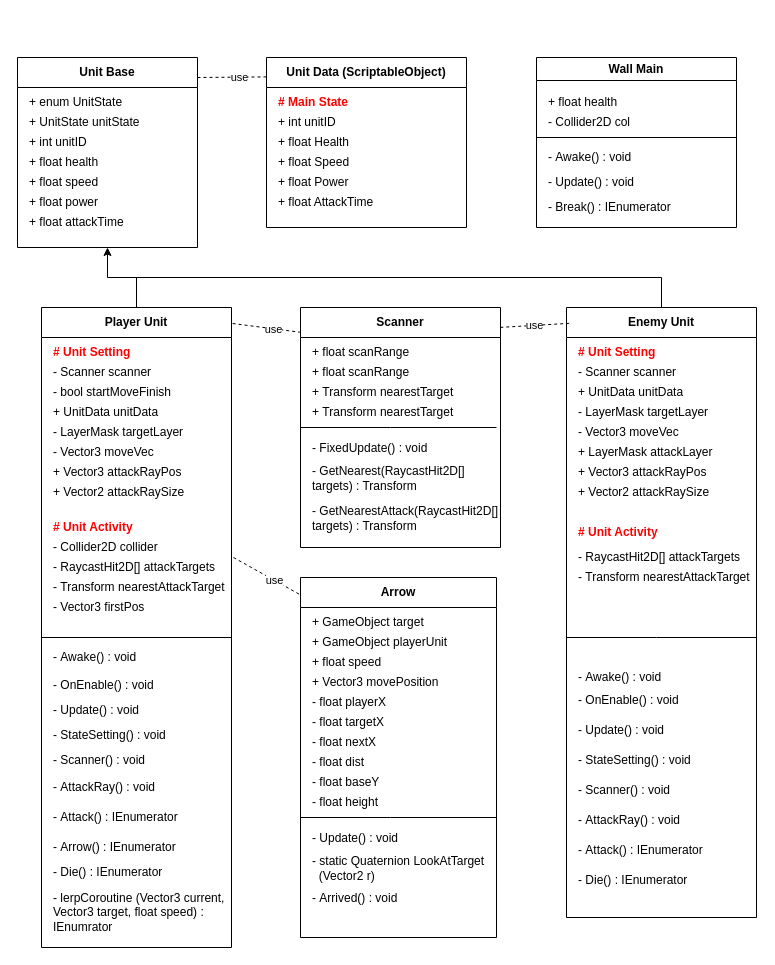
Above: page "Battle" (2 of 3) of Project_CSD.drawio in YJU-Capstone-Design/Capstone-Design (draw.io), before the change. Source tidied: cells renumbered, new cells numbered last; positions are measured from the earlier drawing's top-left corner, leaving out a move shared by most shapes. Both pictures are drawn from the tidied source at 100%, with x=0, y=0 at pixel (17, 57).
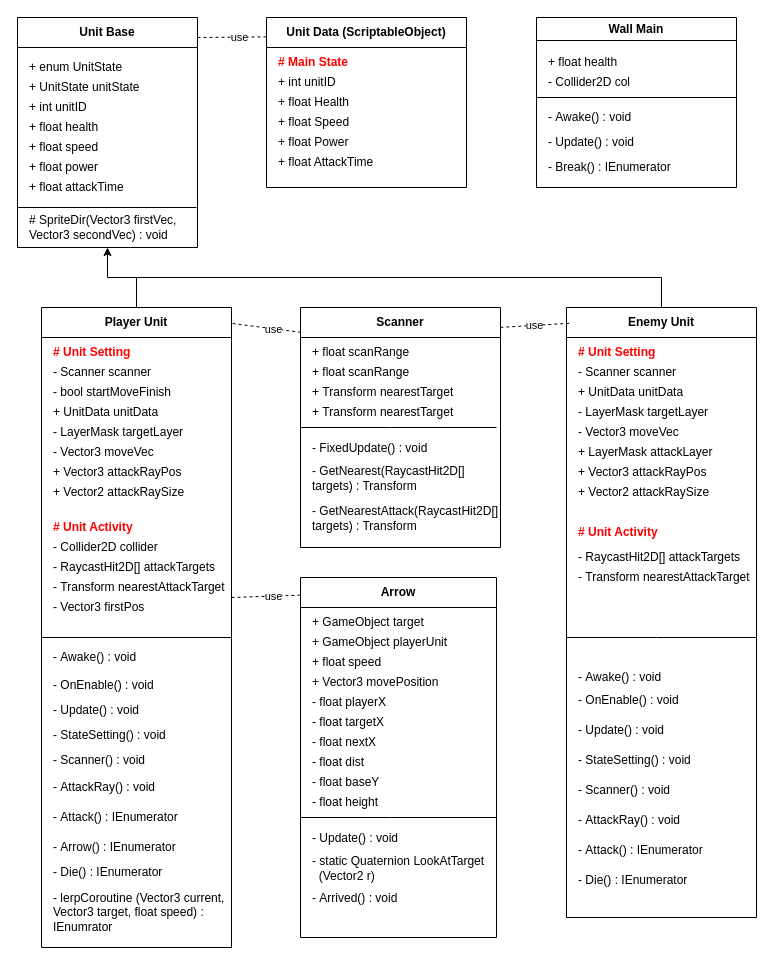
After the change.

The change refers to these unchanged cells:
```xml
<mxCell id="34" value="-&amp;nbsp;Transform nearestAttackTarget" style="text;html=1;align=left;verticalAlign=middle;whiteSpace=wrap;rounded=0;" parent="10" vertex="1">
  <mxGeometry x="10" y="270" width="180" height="20" as="geometry" />
</mxCell>
<mxCell id="85" value="Arrow" style="swimlane;whiteSpace=wrap;html=1;startSize=30;" parent="1" vertex="1">
  <mxGeometry x="283" y="520" width="196" height="360" as="geometry" />
</mxCell>
```

Change to the diagram source:
```diff
@@
     <mxCell id="2" value="Unit Base" style="swimlane;whiteSpace=wrap;html=1;startSize=30;" parent="1" vertex="1">
-      <mxGeometry width="180" height="190" as="geometry" />
+      <mxGeometry y="-40" width="180" height="230" as="geometry" />
     </mxCell>
     <mxCell id="3" value="+ enum UnitState" style="text;html=1;align=left;verticalAlign=middle;whiteSpace=wrap;rounded=0;" parent="2" vertex="1">
-      <mxGeometry x="10" y="30" width="120" height="30" as="geometry" />
+      <mxGeometry x="10" y="40" width="120" height="20" as="geometry" />
     </mxCell>
     <mxCell id="4" value="+ UnitState unitState" style="text;html=1;align=left;verticalAlign=middle;whiteSpace=wrap;rounded=0;" parent="2" vertex="1">
-      <mxGeometry x="10" y="50" width="120" height="30" as="geometry" />
+      <mxGeometry x="10" y="60" width="120" height="20" as="geometry" />
     </mxCell>
     <mxCell id="5" value="+ int unitID" style="text;html=1;align=left;verticalAlign=middle;whiteSpace=wrap;rounded=0;" parent="2" vertex="1">
-      <mxGeometry x="10" y="70" width="120" height="30" as="geometry" />
+      <mxGeometry x="10" y="80" width="120" height="20" as="geometry" />
     </mxCell>
     <mxCell id="6" value="+ float health" style="text;html=1;align=left;verticalAlign=middle;whiteSpace=wrap;rounded=0;" parent="2" vertex="1">
-      <mxGeometry x="10" y="90" width="120" height="30" as="geometry" />
+      <mxGeometry x="10" y="100" width="120" height="20" as="geometry" />
     </mxCell>
     <mxCell id="7" value="+ float speed" style="text;html=1;align=left;verticalAlign=middle;whiteSpace=wrap;rounded=0;" parent="2" vertex="1">
-      <mxGeometry x="10" y="110" width="120" height="30" as="geometry" />
+      <mxGeometry x="10" y="120" width="120" height="20" as="geometry" />
     </mxCell>
     <mxCell id="8" value="+ float power" style="text;html=1;align=left;verticalAlign=middle;whiteSpace=wrap;rounded=0;" parent="2" vertex="1">
-      <mxGeometry x="10" y="130" width="120" height="30" as="geometry" />
+      <mxGeometry x="10" y="140" width="120" height="20" as="geometry" />
     </mxCell>
     <mxCell id="9" value="+ float attackTime" style="text;html=1;align=left;verticalAlign=middle;whiteSpace=wrap;rounded=0;" parent="2" vertex="1">
-      <mxGeometry x="10" y="150" width="120" height="30" as="geometry" />
+      <mxGeometry x="10" y="160" width="120" height="20" as="geometry" />
     </mxCell>
+    <mxCell id="104" style="endArrow=none;html=1;rounded=0;exitX=0;exitY=0.5;exitDx=0;exitDy=0;" parent="2" edge="1">
+      <mxGeometry relative="1" as="geometry">
+        <mxPoint y="190" as="sourcePoint" />
+        <mxPoint x="179" y="190" as="targetPoint" />
+      </mxGeometry>
+    </mxCell>
+    <mxCell id="105" value="#&amp;nbsp;SpriteDir(Vector3 firstVec, Vector3 secondVec) : void" style="text;html=1;align=left;verticalAlign=middle;whiteSpace=wrap;rounded=0;" parent="2" vertex="1">
+      <mxGeometry x="10" y="190" width="160" height="40" as="geometry" />
+    </mxCell>
@@
     <mxCell id="70" value="Unit Data (ScriptableObject)" style="swimlane;whiteSpace=wrap;html=1;startSize=30;" parent="1" vertex="1">
-      <mxGeometry x="249" width="200" height="170" as="geometry" />
+      <mxGeometry x="249" y="-40" width="200" height="170" as="geometry" />
     </mxCell>
@@
     <mxCell id="78" value="Wall Main" style="swimlane;whiteSpace=wrap;html=1;" parent="1" vertex="1">
-      <mxGeometry x="519" width="200" height="170" as="geometry" />
+      <mxGeometry x="519" y="-40" width="200" height="170" as="geometry" />
     </mxCell>
@@
-    <mxCell id="100" style="endArrow=none;dashed=1;html=1;rounded=0;exitX=1.006;exitY=0.025;exitDx=0;exitDy=0;exitPerimeter=0;entryX=0.002;entryY=0.049;entryDx=0;entryDy=0;entryPerimeter=0;" parent="1" edge="1" target="85">
-      <mxGeometry relative="1" as="geometry">
-        <mxPoint x="216" y="500" as="sourcePoint" />
-      </mxGeometry>
+    <mxCell id="100" style="endArrow=none;dashed=1;html=1;rounded=0;exitX=1;exitY=1;exitDx=0;exitDy=0;entryX=0.002;entryY=0.049;entryDx=0;entryDy=0;entryPerimeter=0;" parent="1" edge="1" source="34" target="85">
+      <mxGeometry relative="1" as="geometry" />
     </mxCell>
@@
     <mxCell id="102" style="endArrow=none;dashed=1;html=1;rounded=0;exitX=1.006;exitY=0.025;exitDx=0;exitDy=0;exitPerimeter=0;entryX=0.008;entryY=0.114;entryDx=0;entryDy=0;entryPerimeter=0;" parent="1" edge="1" target="70">
       <mxGeometry relative="1" as="geometry">
-        <mxPoint x="180" y="20" as="sourcePoint" />
+        <mxPoint x="180" y="-20" as="sourcePoint" />
       </mxGeometry>
     </mxCell>
```
